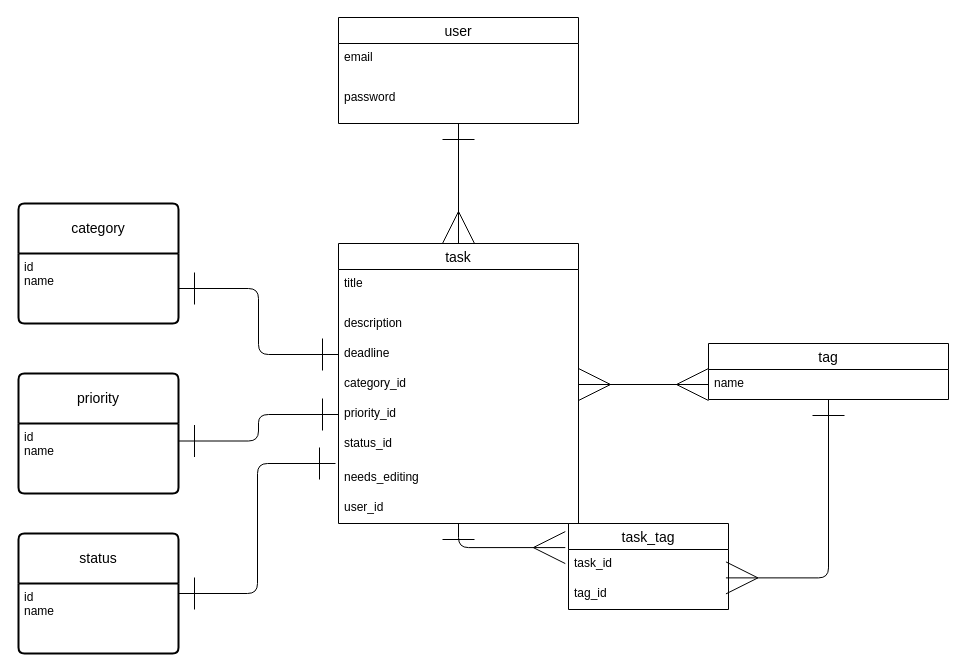
Before: todo.dio in yominmirin/todomemo-45757, a draw.io diagram. Source tidied: cells renumbered, new cells numbered last; positions are measured from the earlier drawing's top-left corner, leaving out a move shared by most shapes. Both pictures are drawn from the tidied source at 100%, with x=0, y=0 at pixel (18, 17).
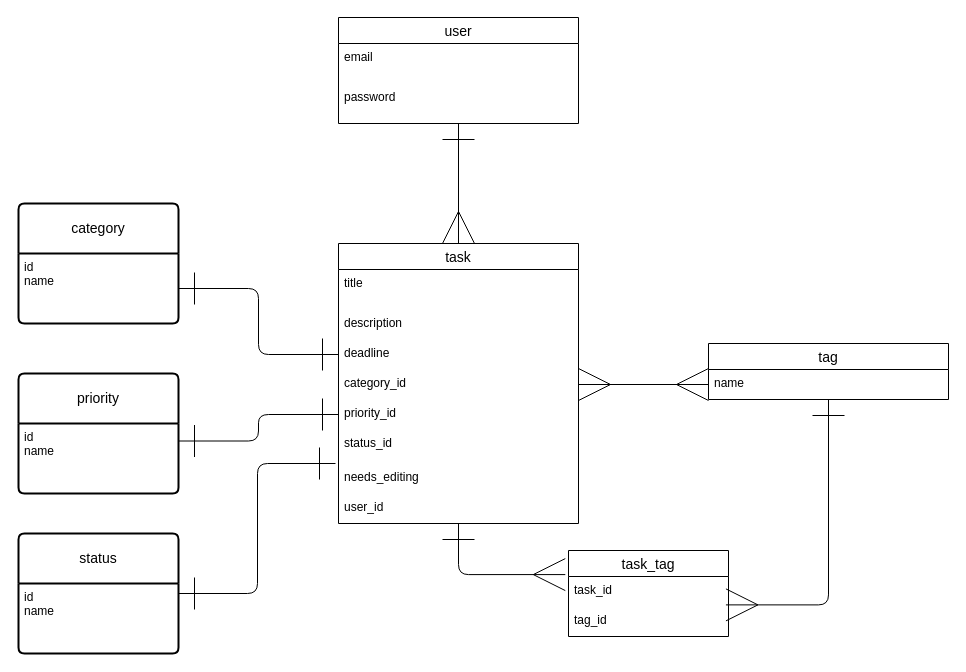
The same page after the edit.

The edit, as a diff of the source:
```diff
@@
-<mxGraphModel>
+<mxGraphModel background="#FFFFFF">
@@
     <mxCell id="24" value="task_tag" style="swimlane;fontStyle=0;horizontal=1;startSize=26;align=center;fontSize=14;" parent="1" vertex="1">
-      <mxGeometry x="550" y="506" width="160" height="86" as="geometry" />
+      <mxGeometry x="550" y="533" width="160" height="86" as="geometry" />
     </mxCell>
```
